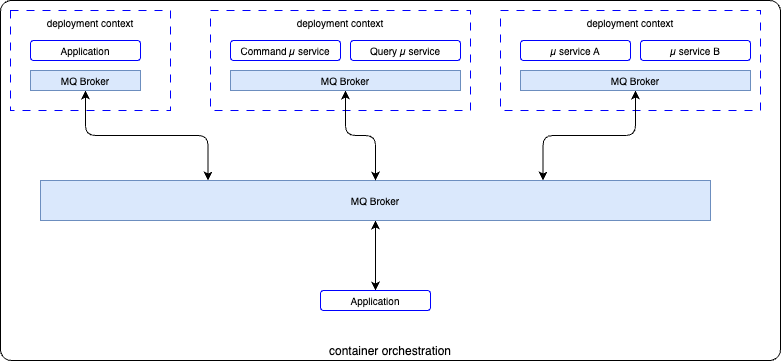
The draw.io diagram docs/techno/ibm-mq/diagrams/decentralized.drawio.png in jbcodeforce/eda-studies, before a commit. Source tidied: cells renumbered, new cells last; positions are measured from the earlier drawing's top-left corner, leaving out a move shared by most shapes. Source of this version:
```xml
<mxGraphModel>
  <root>
    <mxCell id="0" />
    <mxCell id="1" parent="0" />
    <mxCell id="2" value="container orchestration" style="rounded=1;whiteSpace=wrap;html=1;arcSize=3;verticalAlign=bottom;" parent="1" vertex="1">
      <mxGeometry width="780" height="360" as="geometry" />
    </mxCell>
    <mxCell id="3" value="deployment context" style="rounded=0;whiteSpace=wrap;html=1;verticalAlign=top;fontSize=10;dashed=1;dashPattern=8 8;strokeColor=#0000FF;" parent="1" vertex="1">
      <mxGeometry x="10" y="10" width="160" height="100" as="geometry" />
    </mxCell>
    <mxCell id="4" style="edgeStyle=orthogonalEdgeStyle;html=1;entryX=0.25;entryY=0;entryDx=0;entryDy=0;fontSize=10;startArrow=classic;startFill=1;" parent="1" edge="1" source="5" target="8">
      <mxGeometry relative="1" as="geometry" />
    </mxCell>
    <mxCell id="5" value="MQ Broker" style="whiteSpace=wrap;html=1;strokeColor=#6c8ebf;fontSize=10;fillColor=#dae8fc;" parent="1" vertex="1">
      <mxGeometry x="30" y="70" width="110" height="20" as="geometry" />
    </mxCell>
    <mxCell id="6" value="Application" style="rounded=1;whiteSpace=wrap;html=1;strokeColor=#0000FF;fontSize=10;" parent="1" vertex="1">
      <mxGeometry x="30" y="40" width="110" height="20" as="geometry" />
    </mxCell>
    <mxCell id="7" style="edgeStyle=none;html=1;entryX=0.5;entryY=0;entryDx=0;entryDy=0;fontSize=10;startArrow=classic;startFill=1;" parent="1" edge="1" source="8" target="9">
      <mxGeometry relative="1" as="geometry" />
    </mxCell>
    <mxCell id="8" value="MQ Broker" style="whiteSpace=wrap;html=1;strokeColor=#6c8ebf;fontSize=10;fillColor=#dae8fc;" parent="1" vertex="1">
      <mxGeometry x="40" y="180" width="670" height="40" as="geometry" />
    </mxCell>
    <mxCell id="9" value="Application" style="rounded=1;whiteSpace=wrap;html=1;strokeColor=#0000FF;fontSize=10;" parent="1" vertex="1">
      <mxGeometry x="320" y="290" width="110" height="20" as="geometry" />
    </mxCell>
    <mxCell id="10" value="deployment context" style="rounded=0;whiteSpace=wrap;html=1;verticalAlign=top;fontSize=10;dashed=1;dashPattern=8 8;strokeColor=#0000FF;" parent="1" vertex="1">
      <mxGeometry x="210" y="10" width="260" height="100" as="geometry" />
    </mxCell>
    <mxCell id="11" style="edgeStyle=orthogonalEdgeStyle;html=1;fontSize=19;startArrow=classic;startFill=1;" parent="1" edge="1" source="12" target="8">
      <mxGeometry relative="1" as="geometry" />
    </mxCell>
    <mxCell id="12" value="MQ Broker" style="whiteSpace=wrap;html=1;strokeColor=#6c8ebf;fontSize=10;fillColor=#dae8fc;" parent="1" vertex="1">
      <mxGeometry x="230" y="70" width="230" height="20" as="geometry" />
    </mxCell>
    <mxCell id="13" value="Command µ service" style="rounded=1;whiteSpace=wrap;html=1;strokeColor=#0000FF;fontSize=10;" parent="1" vertex="1">
      <mxGeometry x="230" y="40" width="110" height="20" as="geometry" />
    </mxCell>
    <mxCell id="14" value="Query µ service" style="rounded=1;whiteSpace=wrap;html=1;strokeColor=#0000FF;fontSize=10;" parent="1" vertex="1">
      <mxGeometry x="350" y="40" width="110" height="20" as="geometry" />
    </mxCell>
    <mxCell id="15" value="deployment context" style="rounded=0;whiteSpace=wrap;html=1;verticalAlign=top;fontSize=10;dashed=1;dashPattern=8 8;strokeColor=#0000FF;" parent="1" vertex="1">
      <mxGeometry x="500" y="10" width="260" height="100" as="geometry" />
    </mxCell>
    <mxCell id="16" style="edgeStyle=orthogonalEdgeStyle;html=1;entryX=0.75;entryY=0;entryDx=0;entryDy=0;fontSize=19;startArrow=classic;startFill=1;" parent="1" edge="1" source="17" target="8">
      <mxGeometry relative="1" as="geometry" />
    </mxCell>
    <mxCell id="17" value="MQ Broker" style="whiteSpace=wrap;html=1;strokeColor=#6c8ebf;fontSize=10;fillColor=#dae8fc;" parent="1" vertex="1">
      <mxGeometry x="520" y="70" width="230" height="20" as="geometry" />
    </mxCell>
    <mxCell id="18" value="µ service A" style="rounded=1;whiteSpace=wrap;html=1;strokeColor=#0000FF;fontSize=10;" parent="1" vertex="1">
      <mxGeometry x="520" y="40" width="110" height="20" as="geometry" />
    </mxCell>
    <mxCell id="19" value="µ service B" style="rounded=1;whiteSpace=wrap;html=1;strokeColor=#0000FF;fontSize=10;" parent="1" vertex="1">
      <mxGeometry x="640" y="40" width="110" height="20" as="geometry" />
    </mxCell>
  </root>
</mxGraphModel>
```
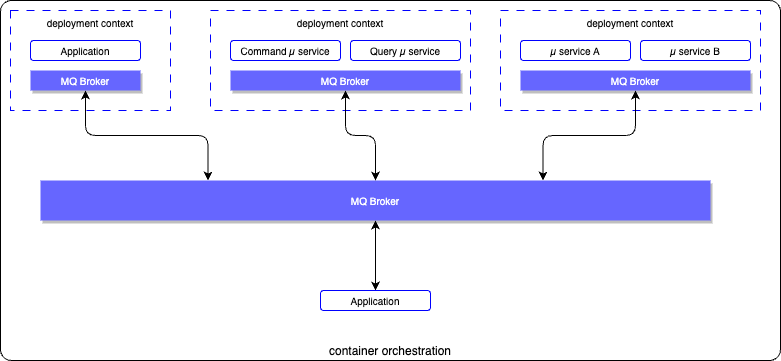
The same diagram one commit later.

Diff of the diagram source:
```diff
@@ -11,7 +11,7 @@
     <mxCell id="4" style="edgeStyle=orthogonalEdgeStyle;html=1;entryX=0.25;entryY=0;entryDx=0;entryDy=0;fontSize=10;startArrow=classic;startFill=1;" parent="1" edge="1" source="5" target="8">
       <mxGeometry relative="1" as="geometry" />
     </mxCell>
-    <mxCell id="5" value="MQ Broker" style="whiteSpace=wrap;html=1;strokeColor=#6c8ebf;fontSize=10;fillColor=#dae8fc;" parent="1" vertex="1">
+    <mxCell id="5" value="MQ Broker" style="whiteSpace=wrap;html=1;strokeColor=none;fontSize=10;fillColor=#6666FF;shadow=1;fontColor=#FFFFFF;" parent="1" vertex="1">
       <mxGeometry x="30" y="70" width="110" height="20" as="geometry" />
     </mxCell>
     <mxCell id="6" value="Application" style="rounded=1;whiteSpace=wrap;html=1;strokeColor=#0000FF;fontSize=10;" parent="1" vertex="1">
@@ -20,7 +20,7 @@
     <mxCell id="7" style="edgeStyle=none;html=1;entryX=0.5;entryY=0;entryDx=0;entryDy=0;fontSize=10;startArrow=classic;startFill=1;" parent="1" edge="1" source="8" target="9">
       <mxGeometry relative="1" as="geometry" />
     </mxCell>
-    <mxCell id="8" value="MQ Broker" style="whiteSpace=wrap;html=1;strokeColor=#6c8ebf;fontSize=10;fillColor=#dae8fc;" parent="1" vertex="1">
+    <mxCell id="8" value="MQ Broker" style="whiteSpace=wrap;html=1;strokeColor=none;fontSize=10;fillColor=#6666FF;fontColor=#FFFFFF;shadow=1;" parent="1" vertex="1">
       <mxGeometry x="40" y="180" width="670" height="40" as="geometry" />
     </mxCell>
     <mxCell id="9" value="Application" style="rounded=1;whiteSpace=wrap;html=1;strokeColor=#0000FF;fontSize=10;" parent="1" vertex="1">
@@ -32,7 +32,7 @@
     <mxCell id="11" style="edgeStyle=orthogonalEdgeStyle;html=1;fontSize=19;startArrow=classic;startFill=1;" parent="1" edge="1" source="12" target="8">
       <mxGeometry relative="1" as="geometry" />
     </mxCell>
-    <mxCell id="12" value="MQ Broker" style="whiteSpace=wrap;html=1;strokeColor=#6c8ebf;fontSize=10;fillColor=#dae8fc;" parent="1" vertex="1">
+    <mxCell id="12" value="MQ Broker" style="whiteSpace=wrap;html=1;strokeColor=none;fontSize=10;fillColor=#6666FF;shadow=1;fontColor=#FFFFFF;" parent="1" vertex="1">
       <mxGeometry x="230" y="70" width="230" height="20" as="geometry" />
     </mxCell>
     <mxCell id="13" value="Command µ service" style="rounded=1;whiteSpace=wrap;html=1;strokeColor=#0000FF;fontSize=10;" parent="1" vertex="1">
@@ -47,7 +47,7 @@
     <mxCell id="16" style="edgeStyle=orthogonalEdgeStyle;html=1;entryX=0.75;entryY=0;entryDx=0;entryDy=0;fontSize=19;startArrow=classic;startFill=1;" parent="1" edge="1" source="17" target="8">
       <mxGeometry relative="1" as="geometry" />
     </mxCell>
-    <mxCell id="17" value="MQ Broker" style="whiteSpace=wrap;html=1;strokeColor=#6c8ebf;fontSize=10;fillColor=#dae8fc;" parent="1" vertex="1">
+    <mxCell id="17" value="MQ Broker" style="whiteSpace=wrap;html=1;strokeColor=none;fontSize=10;fillColor=#6666FF;shadow=1;fontColor=#FFFFFF;" parent="1" vertex="1">
       <mxGeometry x="520" y="70" width="230" height="20" as="geometry" />
     </mxCell>
     <mxCell id="18" value="µ service A" style="rounded=1;whiteSpace=wrap;html=1;strokeColor=#0000FF;fontSize=10;" parent="1" vertex="1">
```
